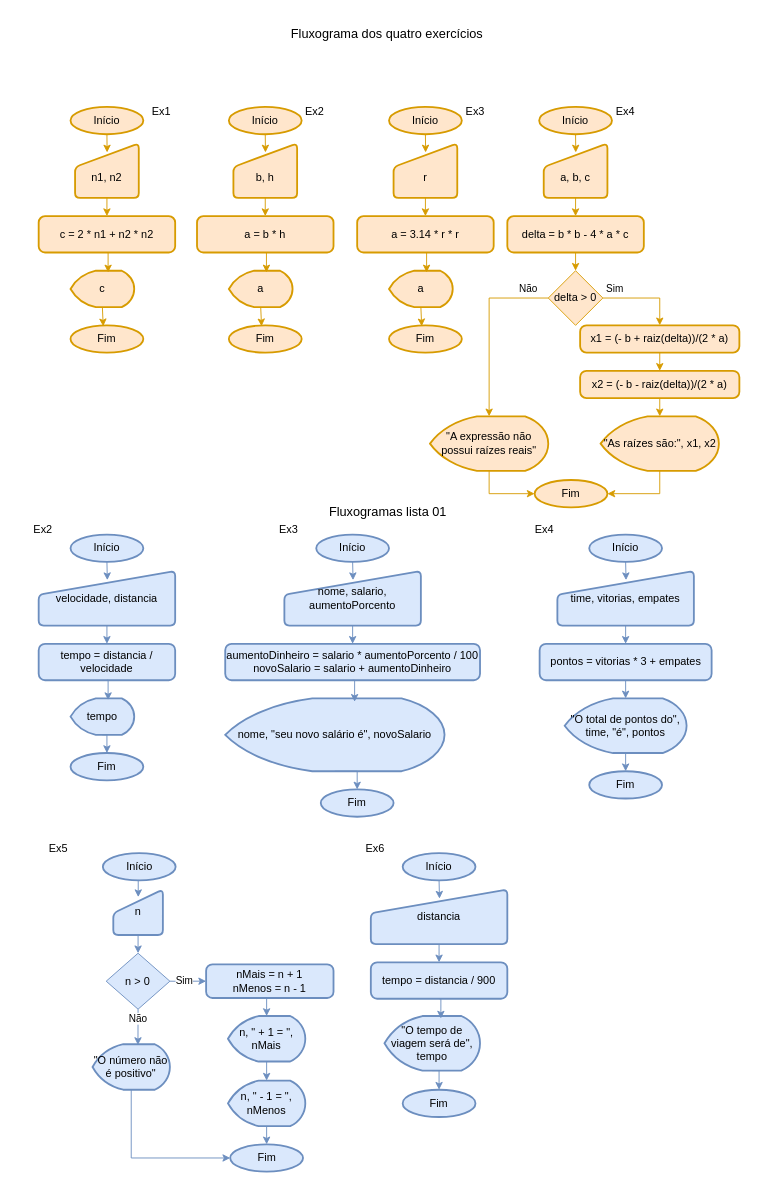
Earlier version of the draw.io diagram ds/turmas/1DES_A/LOP/aula03/fluxogramas.drawio (wellifabio/senai2026). Source tidied: cells renumbered, new cells numbered last; positions are measured from the earlier drawing's top-left corner, leaving out a move shared by most shapes. Both pictures are drawn from the tidied source at 91%, with x=0, y=0 at pixel (15, 15).
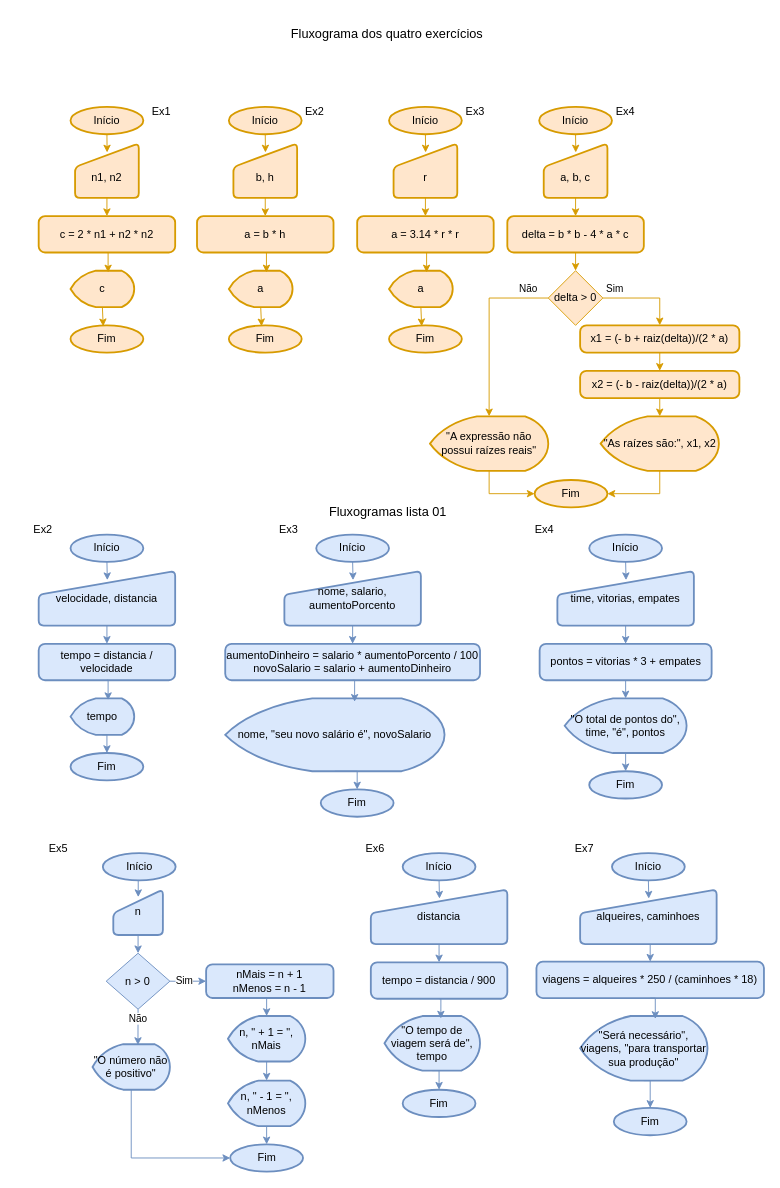
Above is the later version.

Diff of the diagram source:
```diff
@@
+    <mxCell id="110" value="Início" style="strokeWidth=2;html=1;shape=mxgraph.flowchart.start_1;whiteSpace=wrap;fillColor=#dae8fc;strokeColor=#6c8ebf;" parent="1" vertex="1">
+      <mxGeometry x="655" y="920" width="80" height="30" as="geometry" />
+    </mxCell>
+    <mxCell id="111" style="edgeStyle=orthogonalEdgeStyle;rounded=0;jettySize=auto;html=1;exitX=0.5;exitY=1;exitDx=0;exitDy=0;entryX=0.5;entryY=0;entryDx=0;entryDy=0;fillColor=#dae8fc;strokeColor=#6c8ebf;" parent="1" edge="1" source="112" target="113">
+      <mxGeometry relative="1" as="geometry" />
+    </mxCell>
+    <mxCell id="112" value="&lt;div&gt;alqueires, caminhoes&lt;/div&gt;" style="html=1;strokeWidth=2;shape=manualInput;whiteSpace=wrap;rounded=1;size=26;arcSize=11;fillColor=#dae8fc;strokeColor=#6c8ebf;" parent="1" vertex="1">
+      <mxGeometry x="620" y="960" width="150" height="60" as="geometry" />
+    </mxCell>
+    <mxCell id="113" value="viagens = alqueires * 250 / (caminhoes * 18)" style="rounded=1;whiteSpace=wrap;html=1;absoluteArcSize=1;arcSize=14;strokeWidth=2;fillColor=#dae8fc;strokeColor=#6c8ebf;" parent="1" vertex="1">
+      <mxGeometry x="572" y="1039.3" width="250" height="40" as="geometry" />
+    </mxCell>
+    <mxCell id="114" value="&quot;Será necessário&quot;, viagens, &quot;para transportar sua produção&quot;" style="strokeWidth=2;html=1;shape=mxgraph.flowchart.display;whiteSpace=wrap;fillColor=#dae8fc;strokeColor=#6c8ebf;" parent="1" vertex="1">
+      <mxGeometry x="620" y="1099" width="140" height="71" as="geometry" />
+    </mxCell>
+    <mxCell id="115" value="Fim" style="strokeWidth=2;html=1;shape=mxgraph.flowchart.start_1;whiteSpace=wrap;fillColor=#dae8fc;strokeColor=#6c8ebf;" parent="1" vertex="1">
+      <mxGeometry x="657" y="1200" width="80" height="30" as="geometry" />
+    </mxCell>
+    <mxCell id="116" style="edgeStyle=orthogonalEdgeStyle;rounded=0;jettySize=auto;html=1;exitX=0.5;exitY=1;exitDx=0;exitDy=0;exitPerimeter=0;entryX=0.503;entryY=0.167;entryDx=0;entryDy=0;entryPerimeter=0;fillColor=#dae8fc;strokeColor=#6c8ebf;" parent="1" edge="1" source="110" target="112">
+      <mxGeometry relative="1" as="geometry" />
+    </mxCell>
+    <mxCell id="117" style="edgeStyle=orthogonalEdgeStyle;rounded=0;jettySize=auto;html=1;exitX=0.5;exitY=1;exitDx=0;exitDy=0;entryX=0.59;entryY=0.046;entryDx=0;entryDy=0;entryPerimeter=0;fillColor=#dae8fc;strokeColor=#6c8ebf;" parent="1" edge="1" source="113" target="114">
+      <mxGeometry relative="1" as="geometry" />
+    </mxCell>
+    <mxCell id="118" style="edgeStyle=orthogonalEdgeStyle;rounded=0;jettySize=auto;html=1;exitX=0.5;exitY=1;exitDx=0;exitDy=0;exitPerimeter=0;entryX=0.5;entryY=0;entryDx=0;entryDy=0;entryPerimeter=0;fillColor=#dae8fc;strokeColor=#6c8ebf;" parent="1" edge="1" source="114" target="115">
+      <mxGeometry relative="1" as="geometry" />
+    </mxCell>
+    <mxCell id="119" value="Ex7" style="text;html=1;whiteSpace=wrap;align=center;verticalAlign=middle;rounded=0;" parent="1" vertex="1">
+      <mxGeometry x="595" y="900" width="60" height="30" as="geometry" />
+    </mxCell>
```
